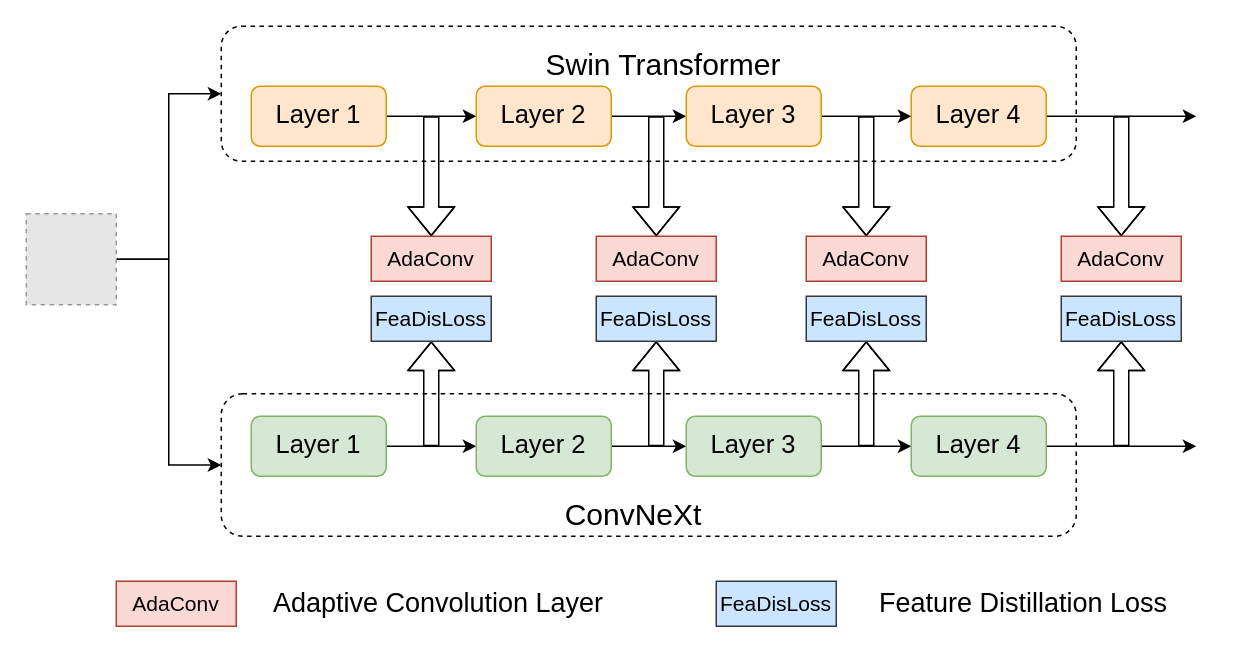
Above: drawio/未命名绘图.drawio in ppyyzlh/Distilled-DFD-Model (draw.io), before the change. Source tidied: cells renumbered, new cells numbered last; positions are measured from the earlier drawing's top-left corner, leaving out a move shared by most shapes. Both pictures are drawn from the tidied source at 150%, with x=0, y=0 at pixel (26, 26). Pictures stored in the file or linked from it are replaced by grey dashed boxes.
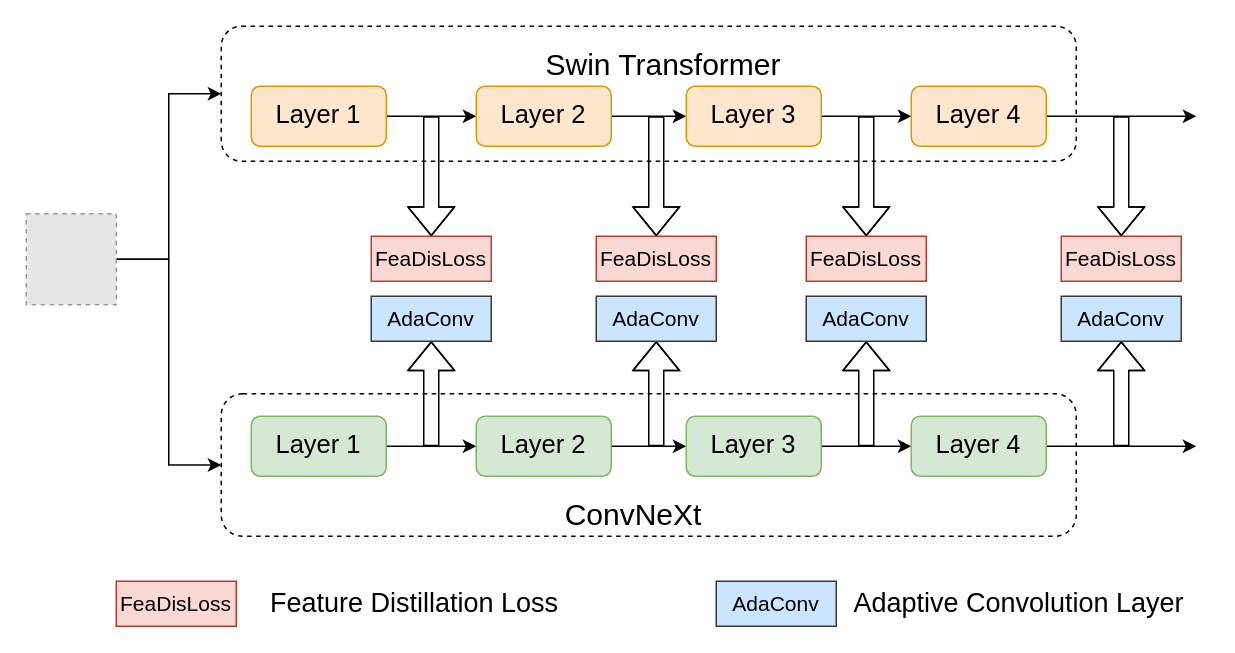
After the change.

Commit message:
更新未命名绘图.drawio

Diff of the diagram source:
```diff
@@
-    <mxCell id="24" value="AdaConv" style="rounded=0;whiteSpace=wrap;html=1;fillColor=#fad9d5;strokeColor=#ae4132;fontSize=14;" parent="1" vertex="1">
+    <mxCell id="24" value="FeaDisLoss" style="rounded=0;whiteSpace=wrap;html=1;fillColor=#fad9d5;strokeColor=#ae4132;fontSize=14;" parent="1" vertex="1">
       <mxGeometry x="230" y="140" width="80" height="30" as="geometry" />
     </mxCell>
@@
-    <mxCell id="26" value="AdaConv" style="rounded=0;whiteSpace=wrap;html=1;fillColor=#fad9d5;strokeColor=#ae4132;fontSize=14;" parent="1" vertex="1">
+    <mxCell id="26" value="&lt;br&gt;FeaDisLoss&lt;div&gt;&lt;br/&gt;&lt;/div&gt;" style="rounded=0;whiteSpace=wrap;html=1;fillColor=#fad9d5;strokeColor=#ae4132;fontSize=14;" parent="1" vertex="1">
       <mxGeometry x="380" y="140" width="80" height="30" as="geometry" />
     </mxCell>
@@
-    <mxCell id="28" value="AdaConv" style="rounded=0;whiteSpace=wrap;html=1;fillColor=#fad9d5;strokeColor=#ae4132;fontSize=14;" parent="1" vertex="1">
+    <mxCell id="28" value="FeaDisLoss" style="rounded=0;whiteSpace=wrap;html=1;fillColor=#fad9d5;strokeColor=#ae4132;fontSize=14;" parent="1" vertex="1">
       <mxGeometry x="520" y="140" width="80" height="30" as="geometry" />
     </mxCell>
@@
-    <mxCell id="30" value="AdaConv" style="rounded=0;whiteSpace=wrap;html=1;fillColor=#fad9d5;strokeColor=#ae4132;fontSize=14;" parent="1" vertex="1">
+    <mxCell id="30" value="FeaDisLoss" style="rounded=0;whiteSpace=wrap;html=1;fillColor=#fad9d5;strokeColor=#ae4132;fontSize=14;" parent="1" vertex="1">
       <mxGeometry x="690" y="140" width="80" height="30" as="geometry" />
     </mxCell>
@@
-    <mxCell id="32" value="FeaDisLoss" style="rounded=0;whiteSpace=wrap;html=1;fillColor=#cce5ff;strokeColor=#36393d;fontSize=14;" parent="1" vertex="1">
+    <mxCell id="32" value="AdaConv" style="rounded=0;whiteSpace=wrap;html=1;fillColor=#cce5ff;strokeColor=#36393d;fontSize=14;" parent="1" vertex="1">
       <mxGeometry x="230" y="180" width="80" height="30" as="geometry" />
     </mxCell>
@@
-    <mxCell id="34" value="FeaDisLoss" style="rounded=0;whiteSpace=wrap;html=1;fillColor=#cce5ff;strokeColor=#36393d;fontSize=14;" parent="1" vertex="1">
+    <mxCell id="34" value="AdaConv" style="rounded=0;whiteSpace=wrap;html=1;fillColor=#cce5ff;strokeColor=#36393d;fontSize=14;" parent="1" vertex="1">
       <mxGeometry x="380" y="180" width="80" height="30" as="geometry" />
     </mxCell>
@@
-    <mxCell id="36" value="FeaDisLoss" style="rounded=0;whiteSpace=wrap;html=1;fillColor=#cce5ff;strokeColor=#36393d;fontSize=14;" parent="1" vertex="1">
+    <mxCell id="36" value="AdaConv" style="rounded=0;whiteSpace=wrap;html=1;fillColor=#cce5ff;strokeColor=#36393d;fontSize=14;" parent="1" vertex="1">
       <mxGeometry x="520" y="180" width="80" height="30" as="geometry" />
     </mxCell>
@@
-    <mxCell id="38" value="FeaDisLoss" style="rounded=0;whiteSpace=wrap;html=1;fillColor=#cce5ff;strokeColor=#36393d;fontSize=14;" parent="1" vertex="1">
+    <mxCell id="38" value="AdaConv" style="rounded=0;whiteSpace=wrap;html=1;fillColor=#cce5ff;strokeColor=#36393d;fontSize=14;" parent="1" vertex="1">
       <mxGeometry x="690" y="180" width="80" height="30" as="geometry" />
     </mxCell>
@@
-    <mxCell id="41" value="AdaConv" style="rounded=0;whiteSpace=wrap;html=1;fillColor=#fad9d5;strokeColor=#ae4132;fontSize=14;" parent="1" vertex="1">
+    <mxCell id="41" value="FeaDisLoss" style="rounded=0;whiteSpace=wrap;html=1;fillColor=#fad9d5;strokeColor=#ae4132;fontSize=14;" parent="1" vertex="1">
       <mxGeometry x="60" y="370" width="80" height="30" as="geometry" />
     </mxCell>
     <mxCell id="42" value="&lt;font style=&quot;font-size: 18px;&quot;&gt;Adaptive Convolution Layer&lt;/font&gt;" style="text;html=1;strokeColor=none;fillColor=none;align=center;verticalAlign=middle;whiteSpace=wrap;rounded=0;" parent="1" vertex="1">
-      <mxGeometry x="160" y="370" width="230" height="30" as="geometry" />
+      <mxGeometry x="547" y="370" width="230" height="30" as="geometry" />
     </mxCell>
-    <mxCell id="43" value="FeaDisLoss" style="rounded=0;whiteSpace=wrap;html=1;fillColor=#cce5ff;strokeColor=#36393d;fontSize=14;" parent="1" vertex="1">
+    <mxCell id="43" value="AdaConv" style="rounded=0;whiteSpace=wrap;html=1;fillColor=#cce5ff;strokeColor=#36393d;fontSize=14;" parent="1" vertex="1">
       <mxGeometry x="460" y="370" width="80" height="30" as="geometry" />
     </mxCell>
     <mxCell id="44" value="&lt;font style=&quot;font-size: 18px;&quot;&gt;Feature Distillation Loss&lt;/font&gt;" style="text;html=1;strokeColor=none;fillColor=none;align=center;verticalAlign=middle;whiteSpace=wrap;rounded=0;" parent="1" vertex="1">
-      <mxGeometry x="560" y="370" width="210" height="30" as="geometry" />
+      <mxGeometry x="154" y="370" width="210" height="30" as="geometry" />
     </mxCell>
```
